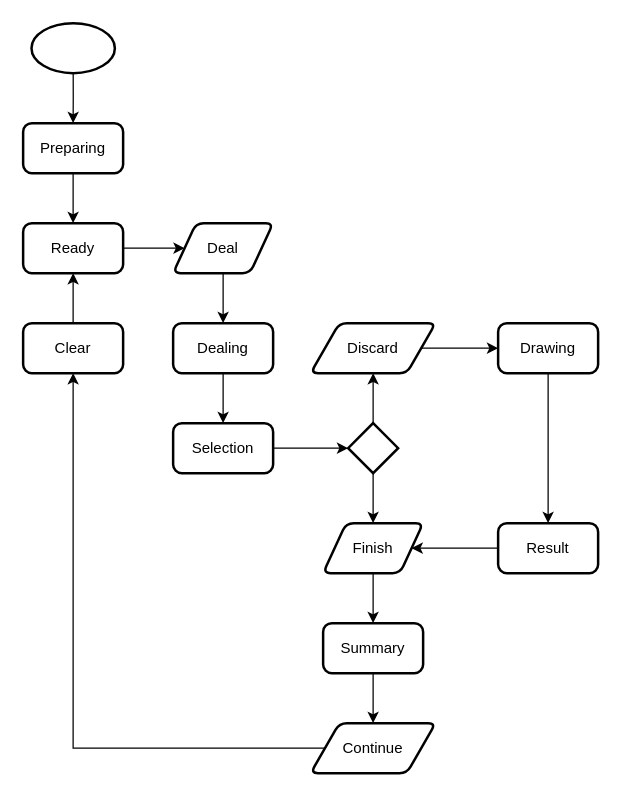
Above: docs/CardGameFlowchart.drawio in Temetra/svelte-card-game (draw.io), before the change. Source tidied: cells renumbered, new cells numbered last; positions are measured from the earlier drawing's top-left corner, leaving out a move shared by most shapes. Both pictures are drawn from the tidied source at 125%, with x=0, y=0 at pixel (22, 22).
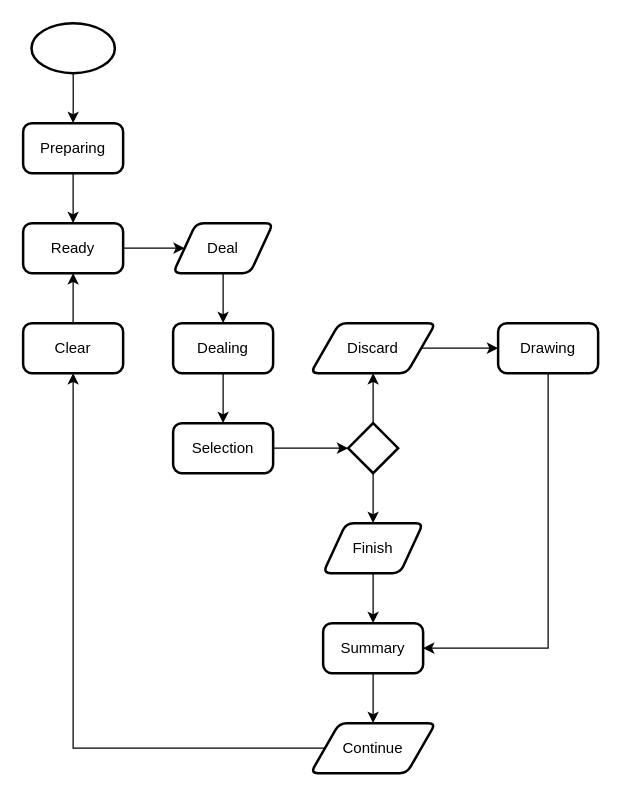
The same page after the edit.

The change refers to these unchanged cells:
```xml
<mxCell id="10" value="Drawing" style="rounded=1;whiteSpace=wrap;html=1;absoluteArcSize=1;arcSize=14;strokeWidth=2;" parent="1" vertex="1">
  <mxGeometry x="380" y="240" width="80" height="40" as="geometry" />
</mxCell>
<mxCell id="22" value="Finish" style="shape=parallelogram;html=1;strokeWidth=2;perimeter=parallelogramPerimeter;whiteSpace=wrap;rounded=1;arcSize=12;size=0.23;" parent="1" vertex="1">
  <mxGeometry x="240" y="400" width="80" height="40" as="geometry" />
</mxCell>
<mxCell id="26" value="Summary" style="rounded=1;whiteSpace=wrap;html=1;absoluteArcSize=1;arcSize=14;strokeWidth=2;" parent="1" vertex="1">
  <mxGeometry x="240" y="480" width="80" height="40" as="geometry" />
</mxCell>
```

The edit, as a diff of the source:
```diff
@@
-    <mxCell id="9" style="edgeStyle=orthogonalEdgeStyle;rounded=0;jettySize=auto;html=1;exitX=0.5;exitY=1;exitDx=0;exitDy=0;entryX=0.5;entryY=0;entryDx=0;entryDy=0;" parent="1" edge="1" source="10" target="24">
+    <mxCell id="9" style="edgeStyle=orthogonalEdgeStyle;rounded=0;jettySize=auto;html=1;exitX=0.5;exitY=1;exitDx=0;exitDy=0;entryX=1;entryY=0.5;entryDx=0;entryDy=0;" parent="1" edge="1" source="10" target="26">
       <mxGeometry relative="1" as="geometry" />
     </mxCell>
@@
-    <mxCell id="23" style="edgeStyle=orthogonalEdgeStyle;rounded=0;jettySize=auto;html=1;exitX=0;exitY=0.5;exitDx=0;exitDy=0;entryX=1;entryY=0.5;entryDx=0;entryDy=0;" parent="1" edge="1" source="24" target="22">
-      <mxGeometry relative="1" as="geometry" />
-    </mxCell>
-    <mxCell id="24" value="Result" style="rounded=1;whiteSpace=wrap;html=1;absoluteArcSize=1;arcSize=14;strokeWidth=2;" parent="1" vertex="1">
-      <mxGeometry x="380" y="400" width="80" height="40" as="geometry" />
-    </mxCell>
```
